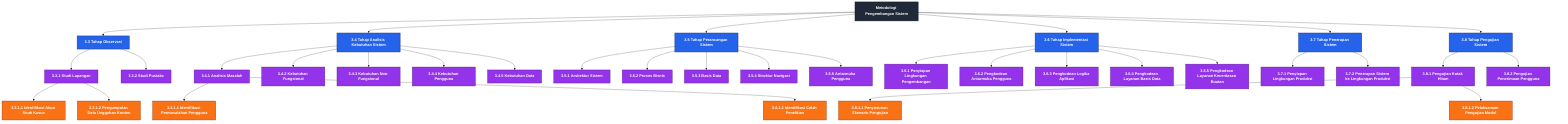
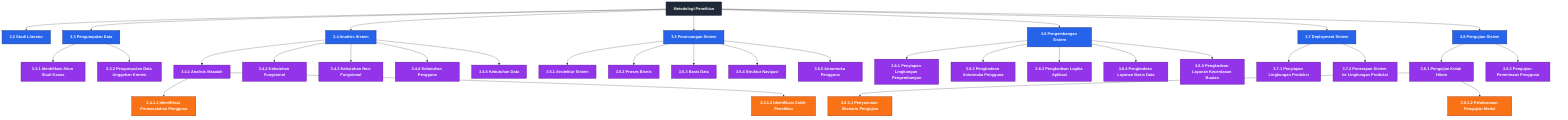
flowchart TD
-     ROOT["Metodologi Pengembangan Sistem"]:::root
+     ROOT["Metodologi Penelitian"]:::root

-     ROOT --> T1["3.3 Tahap Observasi"]:::h2
-     ROOT --> T2["3.4 Tahap Analisis Kebutuhan Sistem"]:::h2
-     ROOT --> T3["3.5 Tahap Perancangan Sistem"]:::h2
-     ROOT --> T4["3.6 Tahap Implementasi Sistem"]:::h2
-     ROOT --> T5["3.7 Tahap Penerapan Sistem"]:::h2
-     ROOT --> T6["3.8 Tahap Pengujian Sistem"]:::h2
+     ROOT --> T1["3.2 Studi Literatur"]:::h2
+     ROOT --> T2["3.3 Pengumpulan Data"]:::h2
+     ROOT --> T3["3.4 Analisis Sistem"]:::h2
+     ROOT --> T4["3.5 Perancangan Sistem"]:::h2
+     ROOT --> T5["3.6 Pengembangan Sistem"]:::h2
+     ROOT --> T6["3.7 Deployment Sistem"]:::h2
+     ROOT --> T7["3.8 Pengujian Sistem"]:::h2

-     %% 3.3 Observasi
-     T1 --> T1A["3.3.1 Studi Lapangan"]:::h3
-     T1 --> T1B["3.3.2 Studi Pustaka"]:::h3
-     T1A --> T1A1["3.3.1.1 Identifikasi Akun Studi Kasus"]:::h4
-     T1A --> T1A2["3.3.1.2 Pengumpulan Data Unggahan Konten"]:::h4
+     %% 3.3 Pengumpulan Data
+     T2 --> T2A["3.3.1 Identifikasi Akun Studi Kasus"]:::h3
+     T2 --> T2B["3.3.2 Pengumpulan Data Unggahan Konten"]:::h3

-     %% 3.4 Analisis
-     T2 --> T2A["3.4.1 Analisis Masalah"]:::h3
-     T2 --> T2B["3.4.2 Kebutuhan Fungsional"]:::h3
-     T2 --> T2C["3.4.3 Kebutuhan Non-Fungsional"]:::h3
-     T2 --> T2D["3.4.4 Kebutuhan Pengguna"]:::h3
-     T2 --> T2E["3.4.5 Kebutuhan Data"]:::h3
-     T2A --> T2A1["3.4.1.1 Identifikasi Permasalahan Pengguna"]:::h4
-     T2A --> T2A2["3.4.1.2 Identifikasi Celah Penelitian"]:::h4
+     %% 3.4 Analisis Sistem
+     T3 --> T3A["3.4.1 Analisis Masalah"]:::h3
+     T3 --> T3B["3.4.2 Kebutuhan Fungsional"]:::h3
+     T3 --> T3C["3.4.3 Kebutuhan Non-Fungsional"]:::h3
+     T3 --> T3D["3.4.4 Kebutuhan Pengguna"]:::h3
+     T3 --> T3E["3.4.5 Kebutuhan Data"]:::h3
+     T3A --> T3A1["3.4.1.1 Identifikasi Permasalahan Pengguna"]:::h4
+     T3A --> T3A2["3.4.1.2 Identifikasi Celah Penelitian"]:::h4

-     %% 3.5 Perancangan
-     T3 --> T3A["3.5.1 Arsitektur Sistem"]:::h3
-     T3 --> T3B["3.5.2 Proses Bisnis"]:::h3
-     T3 --> T3C["3.5.3 Basis Data"]:::h3
-     T3 --> T3D["3.5.4 Struktur Navigasi"]:::h3
-     T3 --> T3E["3.5.5 Antarmuka Pengguna"]:::h3
+     %% 3.5 Perancangan Sistem
+     T4 --> T4A["3.5.1 Arsitektur Sistem"]:::h3
+     T4 --> T4B["3.5.2 Proses Bisnis"]:::h3
+     T4 --> T4C["3.5.3 Basis Data"]:::h3
+     T4 --> T4D["3.5.4 Struktur Navigasi"]:::h3
+     T4 --> T4E["3.5.5 Antarmuka Pengguna"]:::h3

-     %% 3.6 Implementasi
-     T4 --> T4A["3.6.1 Penyiapan Lingkungan Pengembangan"]:::h3
-     T4 --> T4B["3.6.2 Pengkodean Antarmuka Pengguna"]:::h3
-     T4 --> T4C["3.6.3 Pengkodean Logika Aplikasi"]:::h3
-     T4 --> T4D["3.6.4 Pengkodean Layanan Basis Data"]:::h3
-     T4 --> T4E["3.6.5 Pengkodean Layanan Kecerdasan Buatan"]:::h3
+     %% 3.6 Pengembangan Sistem
+     T5 --> T5A["3.6.1 Penyiapan Lingkungan Pengembangan"]:::h3
+     T5 --> T5B["3.6.2 Pengkodean Antarmuka Pengguna"]:::h3
+     T5 --> T5C["3.6.3 Pengkodean Logika Aplikasi"]:::h3
+     T5 --> T5D["3.6.4 Pengkodean Layanan Basis Data"]:::h3
+     T5 --> T5E["3.6.5 Pengkodean Layanan Kecerdasan Buatan"]:::h3

-     %% 3.7 Penerapan
-     T5 --> T5A["3.7.1 Penyiapan Lingkungan Produksi"]:::h3
-     T5 --> T5B["3.7.2 Penerapan Sistem ke Lingkungan Produksi"]:::h3
+     %% 3.7 Deployment Sistem
+     T6 --> T6A["3.7.1 Penyiapan Lingkungan Produksi"]:::h3
+     T6 --> T6B["3.7.2 Penerapan Sistem ke Lingkungan Produksi"]:::h3

-     %% 3.8 Pengujian
-     T6 --> T6A["3.8.1 Pengujian Kotak Hitam"]:::h3
-     T6 --> T6B["3.8.2 Pengujian Penerimaan Pengguna"]:::h3
-     T6A --> T6A1["3.8.1.1 Penyusunan Skenario Pengujian"]:::h4
-     T6A --> T6A2["3.8.1.2 Pelaksanaan Pengujian Modul"]:::h4
+     %% 3.8 Pengujian Sistem
+     T7 --> T7A["3.8.1 Pengujian Kotak Hitam"]:::h3
+     T7 --> T7B["3.8.2 Pengujian Penerimaan Pengguna"]:::h3
+     T7A --> T7A1["3.8.1.1 Penyusunan Skenario Pengujian"]:::h4
+     T7A --> T7A2["3.8.1.2 Pelaksanaan Pengujian Modul"]:::h4

    classDef root fill:#1f2937,stroke:#0f172a,stroke-width:2px,color:#ffffff,font-weight:bold
    classDef h2 fill:#2563eb,stroke:#1e3a8a,stroke-width:2px,color:#ffffff,font-weight:bold
    classDef h3 fill:#9333ea,stroke:#581c87,stroke-width:1.5px,color:#ffffff
    classDef h4 fill:#f97316,stroke:#9a3412,stroke-width:1.5px,color:#ffffff
